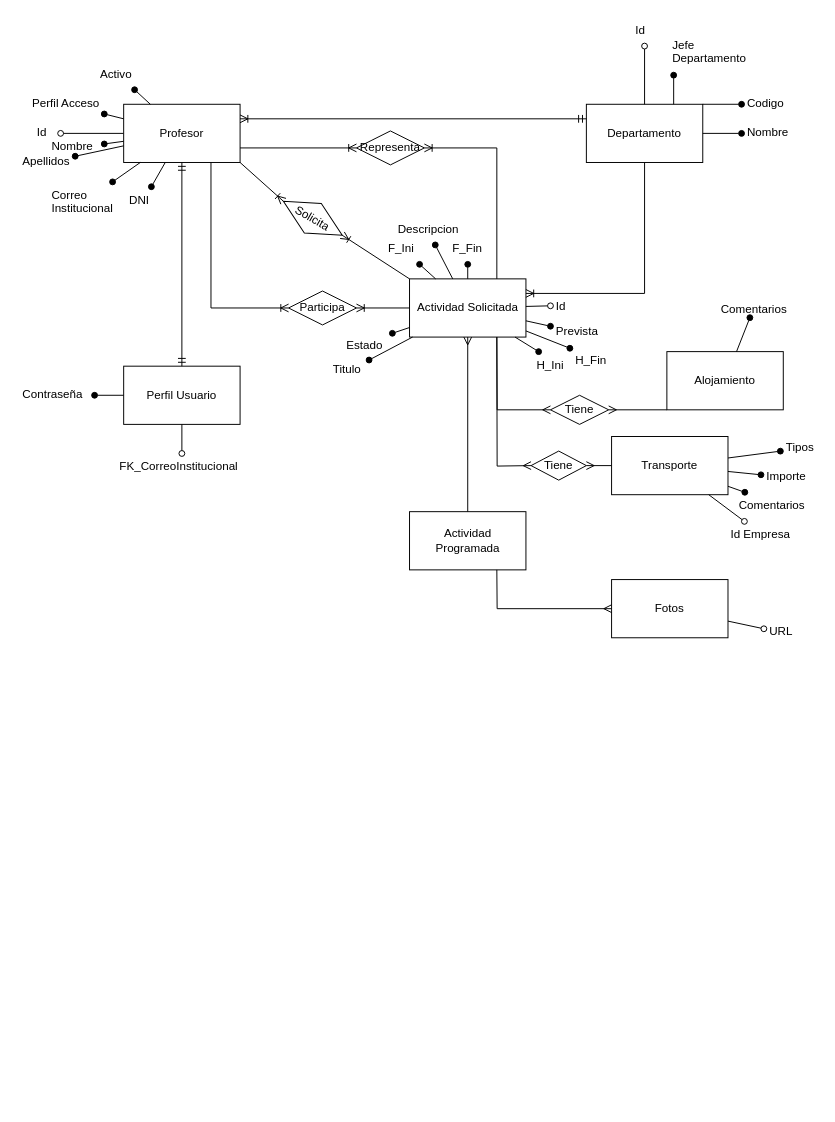
The draw.io diagram Entidad Relacion Proyecto.drawio in AlbertoGfeZ/GRUPO-4-RETO, before the edit. Source tidied: cells renumbered, new cells numbered last; positions are measured from the earlier drawing's top-left corner, leaving out a move shared by most shapes. Both pictures are drawn from the tidied source at 97%, with x=0, y=0 at pixel (16, 16).
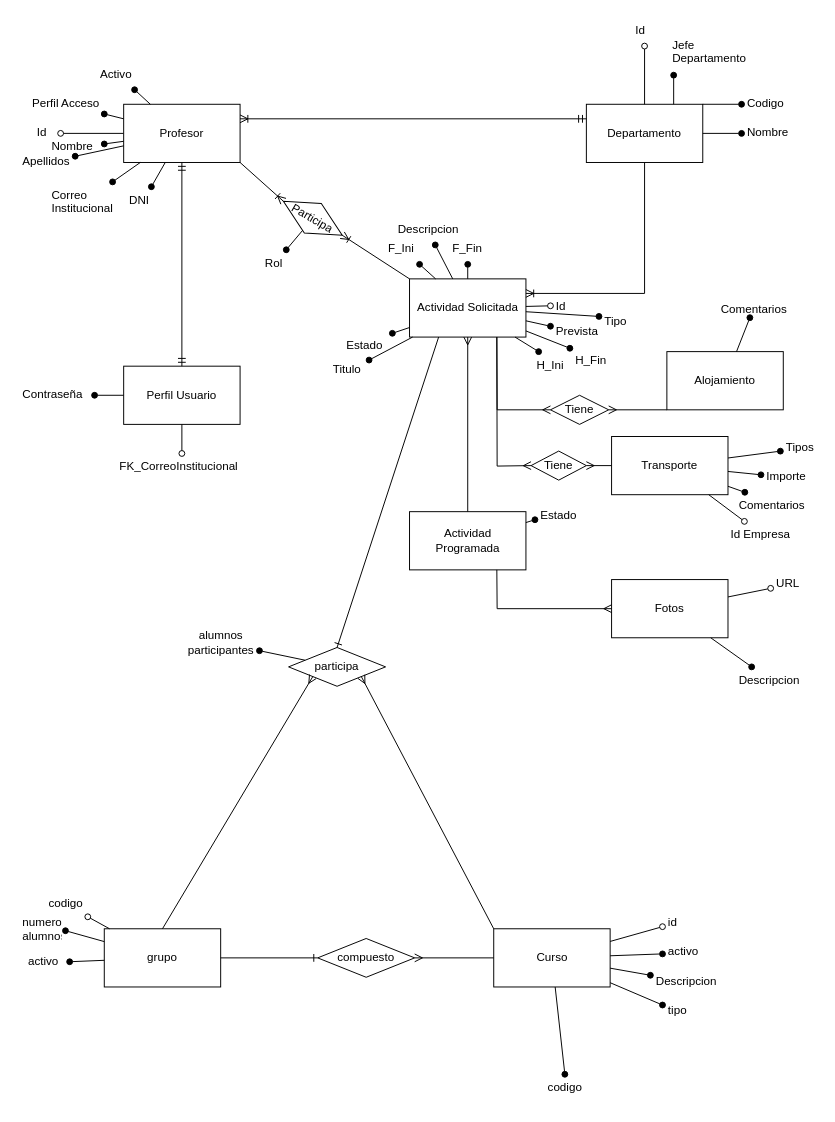
The same diagram, later.

Unchanged cells that the change refers to:
```xml
<mxCell id="3" value="Profesor" style="whiteSpace=wrap;html=1;" parent="1" vertex="1">
  <mxGeometry x="110" y="90" width="120" height="60" as="geometry" />
</mxCell>
<mxCell id="33" value="Actividad Solicitada" style="whiteSpace=wrap;html=1;" parent="1" vertex="1">
  <mxGeometry x="404.7" y="270" width="120" height="60" as="geometry" />
</mxCell>
<mxCell id="71" value="Actividad Programada" style="whiteSpace=wrap;html=1;" parent="1" vertex="1">
  <mxGeometry x="404.7" y="510" width="120" height="60" as="geometry" />
</mxCell>
<mxCell id="82" value="Fotos" style="whiteSpace=wrap;html=1;" parent="1" vertex="1">
  <mxGeometry x="613" y="580" width="120" height="60" as="geometry" />
</mxCell>
```

Diff of the diagram source:
```diff
@@
-    <mxCell id="36" style="edgeStyle=none;rounded=0;jettySize=auto;html=1;endArrow=oval;endFill=1;" parent="1" edge="1" source="33" target="37">
-      <mxGeometry relative="1" as="geometry" />
+    <mxCell id="36" style="edgeStyle=none;rounded=0;jettySize=auto;html=1;endArrow=oval;endFill=1;" parent="1" edge="1" source="33">
+      <mxGeometry relative="1" as="geometry">
+        <mxPoint x="363" y="353.7" as="targetPoint" />
+      </mxGeometry>
     </mxCell>
-    <mxCell id="37" value="Titulo" style="text;strokeColor=none;fillColor=none;spacingLeft=4;spacingRight=4;overflow=hidden;points=[[0,0.5],[1,0.5]];portConstraint=eastwest;fontSize=12;" parent="1" vertex="1">
-      <mxGeometry x="320" y="350" width="43" height="30" as="geometry" />
-    </mxCell>
@@
-    <mxCell id="60" value="Solicita" style="shape=rhombus;perimeter=rhombusPerimeter;whiteSpace=wrap;html=1;align=center;rotation=30;" parent="1" vertex="1">
+    <mxCell id="60" value="Participa" style="shape=rhombus;perimeter=rhombusPerimeter;whiteSpace=wrap;html=1;align=center;rotation=30;" parent="1" vertex="1">
       <mxGeometry x="270" y="190" width="70" height="35" as="geometry" />
     </mxCell>
@@
-    <mxCell id="63" value="Participa" style="shape=rhombus;perimeter=rhombusPerimeter;whiteSpace=wrap;html=1;align=center;rotation=0;" parent="1" vertex="1">
-      <mxGeometry x="280" y="282.5" width="70" height="35" as="geometry" />
-    </mxCell>
-    <mxCell id="64" style="fontSize=12;html=1;endArrow=ERoneToMany;rounded=0;exitX=0;exitY=0.5;exitDx=0;exitDy=0;entryX=1;entryY=0.5;entryDx=0;entryDy=0;" parent="1" edge="1" source="33" target="63">
-      <mxGeometry relative="1" as="geometry" />
-    </mxCell>
-    <mxCell id="65" style="fontSize=12;html=1;endArrow=ERoneToMany;rounded=0;exitX=0.75;exitY=1;exitDx=0;exitDy=0;entryX=0;entryY=0.5;entryDx=0;entryDy=0;edgeStyle=orthogonalEdgeStyle;" parent="1" edge="1" source="3" target="63">
-      <mxGeometry relative="1" as="geometry" />
-    </mxCell>
-    <mxCell id="66" value="Representa" style="shape=rhombus;perimeter=rhombusPerimeter;whiteSpace=wrap;html=1;align=center;rotation=0;" parent="1" vertex="1">
-      <mxGeometry x="350" y="117.5" width="70" height="35" as="geometry" />
-    </mxCell>
-    <mxCell id="67" style="fontSize=12;html=1;endArrow=ERoneToMany;rounded=0;exitX=1;exitY=0.75;exitDx=0;exitDy=0;entryX=0;entryY=0.5;entryDx=0;entryDy=0;" parent="1" edge="1" source="3" target="66">
-      <mxGeometry relative="1" as="geometry" />
-    </mxCell>
-    <mxCell id="68" style="fontSize=12;html=1;endArrow=ERoneToMany;rounded=0;entryX=1;entryY=0.5;entryDx=0;entryDy=0;edgeStyle=orthogonalEdgeStyle;exitX=0.75;exitY=0;exitDx=0;exitDy=0;" parent="1" edge="1" source="33" target="66">
-      <mxGeometry relative="1" as="geometry" />
-    </mxCell>
@@
     <mxCell id="83" value="URL" style="text;strokeColor=none;fillColor=none;spacingLeft=4;spacingRight=4;overflow=hidden;points=[[0,0.5],[1,0.5]];portConstraint=eastwest;fontSize=12;" parent="1" vertex="1">
-      <mxGeometry x="770" y="620" width="40" height="30" as="geometry" />
+      <mxGeometry x="777" y="570" width="40" height="30" as="geometry" />
     </mxCell>
@@
+    <mxCell id="86" value="Estado" style="text;strokeColor=none;fillColor=none;spacingLeft=4;spacingRight=4;overflow=hidden;points=[[0,0.5],[1,0.5]];portConstraint=eastwest;fontSize=12;" parent="1" vertex="1">
+      <mxGeometry x="534" y="500" width="53" height="20" as="geometry" />
+    </mxCell>
+    <mxCell id="87" style="edgeStyle=none;rounded=0;jettySize=auto;html=1;endArrow=oval;endFill=1;" parent="1" edge="1" source="71" target="86">
+      <mxGeometry relative="1" as="geometry" />
+    </mxCell>
+    <mxCell id="88" style="edgeStyle=none;rounded=0;jettySize=auto;html=1;endArrow=oval;endFill=1;" parent="1" edge="1" source="60" target="89">
+      <mxGeometry relative="1" as="geometry" />
+    </mxCell>
+    <mxCell id="37" value="Titulo" style="text;strokeColor=none;fillColor=none;spacingLeft=4;spacingRight=4;overflow=hidden;points=[[0,0.5],[1,0.5]];portConstraint=eastwest;fontSize=12;" parent="1" vertex="1">
+      <mxGeometry x="320" y="350" width="43" height="30" as="geometry" />
+    </mxCell>
+    <mxCell id="89" value="Rol" style="text;strokeColor=none;fillColor=none;spacingLeft=4;spacingRight=4;overflow=hidden;points=[[0,0.5],[1,0.5]];portConstraint=eastwest;fontSize=12;" parent="1" vertex="1">
+      <mxGeometry x="250" y="240" width="30" height="30" as="geometry" />
+    </mxCell>
+    <mxCell id="90" value="Tipo" style="text;strokeColor=none;fillColor=none;spacingLeft=4;spacingRight=4;overflow=hidden;points=[[0,0.5],[1,0.5]];portConstraint=eastwest;fontSize=12;" parent="1" vertex="1">
+      <mxGeometry x="600" y="300" width="40" height="20" as="geometry" />
+    </mxCell>
+    <mxCell id="91" style="edgeStyle=none;rounded=0;jettySize=auto;html=1;endArrow=oval;endFill=1;" parent="1" edge="1" source="33" target="90">
+      <mxGeometry relative="1" as="geometry" />
+    </mxCell>
+    <mxCell id="92" value="Descripcion" style="text;strokeColor=none;fillColor=none;spacingLeft=4;spacingRight=4;overflow=hidden;points=[[0,0.5],[1,0.5]];portConstraint=eastwest;fontSize=12;" parent="1" vertex="1">
+      <mxGeometry x="738.5" y="670" width="80" height="30" as="geometry" />
+    </mxCell>
+    <mxCell id="93" style="edgeStyle=none;rounded=0;jettySize=auto;html=1;endArrow=oval;endFill=1;" parent="1" edge="1" source="82" target="92">
+      <mxGeometry relative="1" as="geometry" />
+    </mxCell>
+    <mxCell id="94" value="Curso" style="whiteSpace=wrap;html=1;" parent="1" vertex="1">
+      <mxGeometry x="491.5" y="940" width="120" height="60" as="geometry" />
+    </mxCell>
+    <mxCell id="95" value="id" style="text;strokeColor=none;fillColor=none;spacingLeft=4;spacingRight=4;overflow=hidden;points=[[0,0.5],[1,0.5]];portConstraint=eastwest;fontSize=12;" parent="1" vertex="1">
+      <mxGeometry x="665.5" y="920" width="20" height="30" as="geometry" />
+    </mxCell>
+    <mxCell id="96" style="edgeStyle=none;rounded=0;jettySize=auto;html=1;endArrow=oval;endFill=0;" parent="1" edge="1" source="94" target="95">
+      <mxGeometry relative="1" as="geometry" />
+    </mxCell>
+    <mxCell id="97" value="Descripcion" style="text;strokeColor=none;fillColor=none;spacingLeft=4;spacingRight=4;overflow=hidden;points=[[0,0.5],[1,0.5]];portConstraint=eastwest;fontSize=12;" parent="1" vertex="1">
+      <mxGeometry x="653" y="980" width="80" height="30" as="geometry" />
+    </mxCell>
+    <mxCell id="98" style="edgeStyle=none;rounded=0;jettySize=auto;html=1;endArrow=oval;endFill=1;" parent="1" edge="1" source="94" target="97">
+      <mxGeometry relative="1" as="geometry" />
+    </mxCell>
+    <mxCell id="99" value="codigo" style="text;strokeColor=none;fillColor=none;spacingLeft=4;spacingRight=4;overflow=hidden;points=[[0,0.5],[1,0.5]];portConstraint=eastwest;fontSize=12;" parent="1" vertex="1">
+      <mxGeometry x="541.5" y="1090" width="50" height="30" as="geometry" />
+    </mxCell>
+    <mxCell id="100" style="edgeStyle=none;rounded=0;jettySize=auto;html=1;endArrow=oval;endFill=1;" parent="1" edge="1" source="94" target="99">
+      <mxGeometry relative="1" as="geometry" />
+    </mxCell>
+    <mxCell id="101" value="activo" style="text;strokeColor=none;fillColor=none;spacingLeft=4;spacingRight=4;overflow=hidden;points=[[0,0.5],[1,0.5]];portConstraint=eastwest;fontSize=12;" parent="1" vertex="1">
+      <mxGeometry x="665.5" y="950" width="50" height="30" as="geometry" />
+    </mxCell>
+    <mxCell id="102" style="edgeStyle=none;rounded=0;jettySize=auto;html=1;endArrow=oval;endFill=1;" parent="1" edge="1" source="94" target="101">
+      <mxGeometry relative="1" as="geometry" />
+    </mxCell>
+    <mxCell id="103" value="tipo" style="text;strokeColor=none;fillColor=none;spacingLeft=4;spacingRight=4;overflow=hidden;points=[[0,0.5],[1,0.5]];portConstraint=eastwest;fontSize=12;" parent="1" vertex="1">
+      <mxGeometry x="665.5" y="1010" width="30" height="30" as="geometry" />
+    </mxCell>
+    <mxCell id="104" style="edgeStyle=none;rounded=0;jettySize=auto;html=1;endArrow=oval;endFill=1;" parent="1" edge="1" source="94" target="103">
+      <mxGeometry relative="1" as="geometry" />
+    </mxCell>
+    <mxCell id="105" value="grupo" style="whiteSpace=wrap;html=1;" parent="1" vertex="1">
+      <mxGeometry x="90" y="940" width="120" height="60" as="geometry" />
+    </mxCell>
+    <mxCell id="106" value="codigo" style="text;strokeColor=none;fillColor=none;spacingLeft=4;spacingRight=4;overflow=hidden;points=[[0,0.5],[1,0.5]];portConstraint=eastwest;fontSize=12;" parent="1" vertex="1">
+      <mxGeometry x="27" y="900" width="46" height="30" as="geometry" />
+    </mxCell>
+    <mxCell id="107" style="edgeStyle=none;rounded=0;jettySize=auto;html=1;endArrow=oval;endFill=0;" parent="1" edge="1" source="105" target="106">
+      <mxGeometry relative="1" as="geometry" />
+    </mxCell>
+    <mxCell id="108" value="activo" style="text;strokeColor=none;fillColor=none;spacingLeft=4;spacingRight=4;overflow=hidden;points=[[0,0.5],[1,0.5]];portConstraint=eastwest;fontSize=12;" parent="1" vertex="1">
+      <mxGeometry x="5.8" y="960" width="48.5" height="30" as="geometry" />
+    </mxCell>
+    <mxCell id="109" style="edgeStyle=none;rounded=0;jettySize=auto;html=1;endArrow=oval;endFill=1;" parent="1" edge="1" source="105" target="108">
+      <mxGeometry relative="1" as="geometry" />
+    </mxCell>
+    <mxCell id="110" value="numero&#10;alumnos" style="text;strokeColor=none;fillColor=none;spacingLeft=4;spacingRight=4;overflow=hidden;points=[[0,0.5],[1,0.5]];portConstraint=eastwest;fontSize=12;" parent="1" vertex="1">
+      <mxGeometry y="920" width="50" height="30" as="geometry" />
+    </mxCell>
+    <mxCell id="111" style="edgeStyle=none;rounded=0;jettySize=auto;html=1;endArrow=oval;endFill=1;" parent="1" edge="1" source="105" target="110">
+      <mxGeometry relative="1" as="geometry" />
+    </mxCell>
+    <mxCell id="112" value="compuesto" style="shape=rhombus;perimeter=rhombusPerimeter;whiteSpace=wrap;html=1;align=center;" parent="1" vertex="1">
+      <mxGeometry x="310" y="950" width="100" height="40" as="geometry" />
+    </mxCell>
+    <mxCell id="113" style="fontSize=12;html=1;endArrow=ERmany;rounded=0;entryX=1;entryY=0.5;entryDx=0;entryDy=0;exitX=0;exitY=0.5;exitDx=0;exitDy=0;" parent="1" edge="1" source="94" target="112">
+      <mxGeometry relative="1" as="geometry" />
+    </mxCell>
+    <mxCell id="114" style="fontSize=12;html=1;endArrow=ERone;endFill=1;rounded=0;entryX=0;entryY=0.5;entryDx=0;entryDy=0;exitX=1;exitY=0.5;exitDx=0;exitDy=0;" parent="1" edge="1" source="105" target="112">
+      <mxGeometry relative="1" as="geometry" />
+    </mxCell>
+    <mxCell id="115" value="participa" style="shape=rhombus;perimeter=rhombusPerimeter;whiteSpace=wrap;html=1;align=center;" parent="1" vertex="1">
+      <mxGeometry x="280" y="650" width="100" height="40" as="geometry" />
+    </mxCell>
+    <mxCell id="116" style="fontSize=12;html=1;endArrow=ERmany;rounded=0;entryX=1;entryY=1;entryDx=0;entryDy=0;exitX=0;exitY=0;exitDx=0;exitDy=0;" parent="1" edge="1" source="94" target="115">
+      <mxGeometry relative="1" as="geometry" />
+    </mxCell>
+    <mxCell id="117" style="fontSize=12;html=1;endArrow=ERmany;rounded=0;entryX=0;entryY=1;entryDx=0;entryDy=0;exitX=0.5;exitY=0;exitDx=0;exitDy=0;" parent="1" edge="1" source="105" target="115">
+      <mxGeometry relative="1" as="geometry" />
+    </mxCell>
+    <mxCell id="118" style="fontSize=12;html=1;endArrow=ERone;endFill=1;rounded=0;exitX=0.25;exitY=1;exitDx=0;exitDy=0;entryX=0.5;entryY=0;entryDx=0;entryDy=0;" parent="1" edge="1" source="33" target="115">
+      <mxGeometry relative="1" as="geometry" />
+    </mxCell>
+    <mxCell id="119" style="edgeStyle=none;rounded=0;jettySize=auto;html=1;endArrow=oval;endFill=1;" parent="1" edge="1" source="115" target="120">
+      <mxGeometry relative="1" as="geometry" />
+    </mxCell>
+    <mxCell id="120" value="alumnos&lt;br&gt;participantes" style="text;html=1;align=center;verticalAlign=middle;points=[];strokeColor=none;fillColor=none;" parent="1" vertex="1">
+      <mxGeometry x="170" y="630" width="80" height="30" as="geometry" />
+    </mxCell>
```
